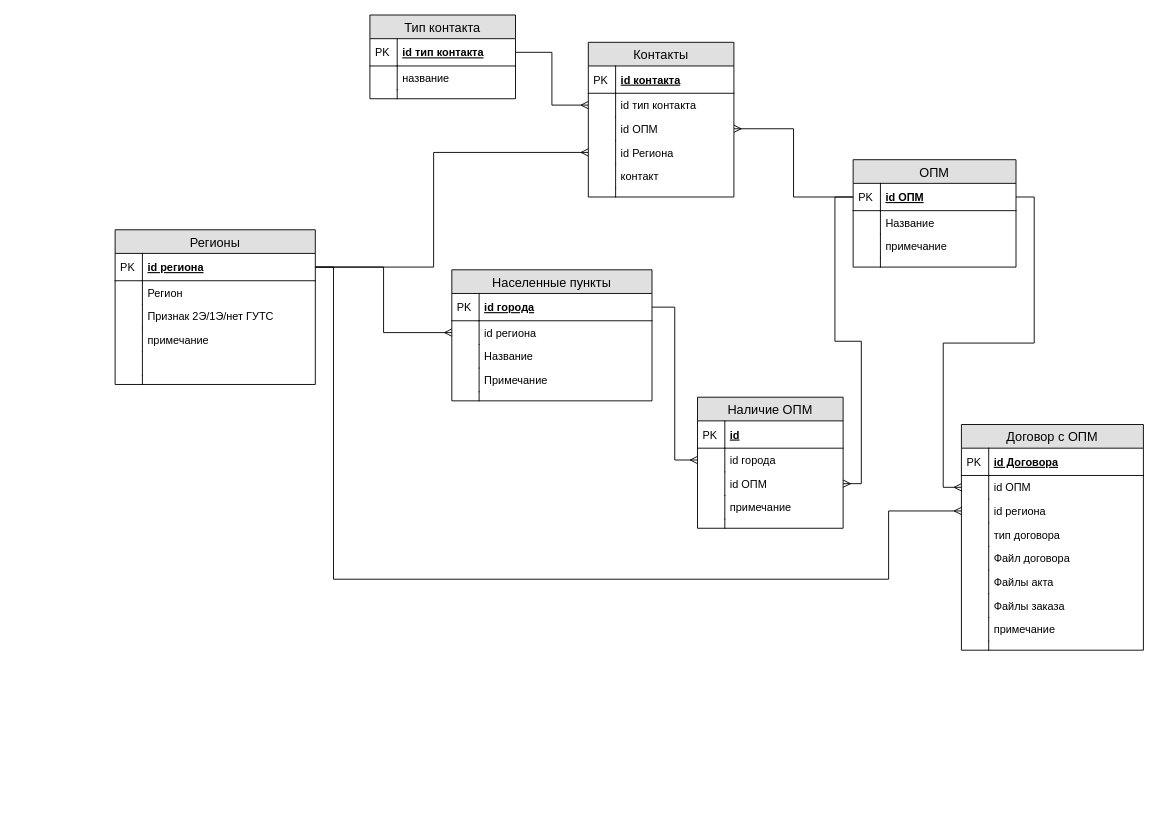
Above: operators.drawio in slavakourov/operators (draw.io), before the change. Source tidied: cells renumbered, new cells numbered last; positions are measured from the earlier drawing's top-left corner, leaving out a move shared by most shapes. Both pictures are drawn from the tidied source at 91%, with x=0, y=0 at pixel (115, 15).
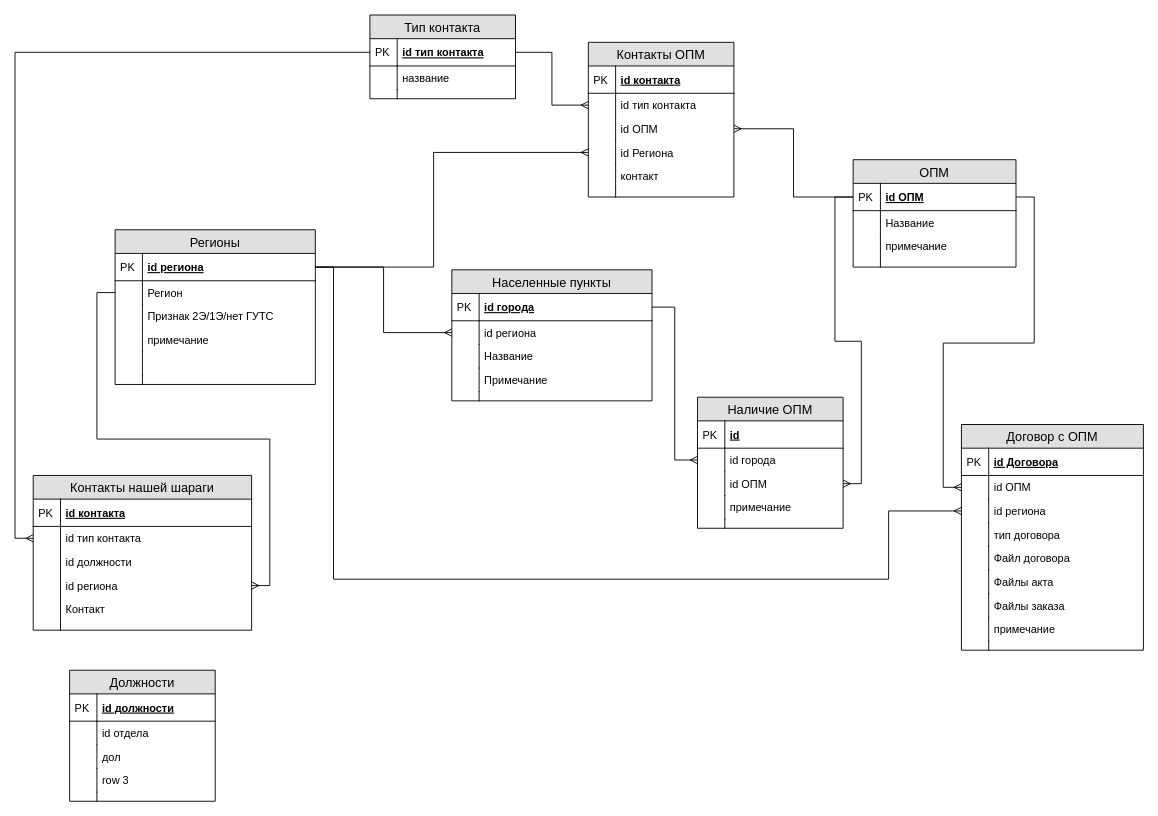
Above is the later version.

The change refers to these unchanged cells:
```xml
<mxCell id="44" value="Регион" style="shape=partialRectangle;top=0;left=0;right=0;bottom=0;align=left;verticalAlign=top;fillColor=none;spacingLeft=34;spacingRight=4;overflow=hidden;points=[[0,0.5],[1,0.5]];portConstraint=eastwest;fontSize=12;" parent="41" vertex="1">
  <mxGeometry y="56" width="220" height="26" as="geometry" />
</mxCell>
<mxCell id="85" value="id тип контакта" style="shape=partialRectangle;top=0;left=0;right=0;bottom=1;align=left;verticalAlign=middle;fillColor=none;spacingLeft=34;spacingRight=4;overflow=hidden;points=[[0,0.5],[1,0.5]];portConstraint=eastwest;fontStyle=5;fontSize=12;" parent="84" vertex="1">
  <mxGeometry y="26" width="160" height="30" as="geometry" />
</mxCell>
```

Change to the diagram source:
```diff
@@
-    <mxCell id="69" value="Контакты" style="swimlane;fontStyle=0;horizontal=1;startSize=26;fillColor=#e0e0e0;swimlaneFillColor=#ffffff;align=center;fontSize=14;" parent="1" vertex="1">
+    <mxCell id="69" value="Контакты ОПМ" style="swimlane;fontStyle=0;horizontal=1;startSize=26;fillColor=#e0e0e0;swimlaneFillColor=#ffffff;align=center;fontSize=14;" parent="1" vertex="1">
       <mxGeometry x="520" y="30" width="160" height="170" as="geometry" />
     </mxCell>
@@
+    <mxCell id="93" value="Контакты нашей шараги" style="swimlane;fontStyle=0;horizontal=1;startSize=26;fillColor=#e0e0e0;swimlaneFillColor=#ffffff;align=center;fontSize=14;" parent="1" vertex="1">
+      <mxGeometry x="-90" y="506" width="240" height="170" as="geometry" />
+    </mxCell>
+    <mxCell id="94" value="id контакта" style="shape=partialRectangle;top=0;left=0;right=0;bottom=1;align=left;verticalAlign=middle;fillColor=none;spacingLeft=34;spacingRight=4;overflow=hidden;fontStyle=5;fontSize=12;" parent="93" vertex="1">
+      <mxGeometry y="26" width="240" height="30" as="geometry" />
+    </mxCell>
+    <mxCell id="95" value="PK" style="shape=partialRectangle;top=0;left=0;bottom=0;fillColor=none;align=left;verticalAlign=middle;spacingLeft=4;spacingRight=4;overflow=hidden;fontSize=12;" parent="94" vertex="1">
+      <mxGeometry width="30" height="30" as="geometry" />
+    </mxCell>
+    <mxCell id="96" value="id тип контакта" style="shape=partialRectangle;top=0;left=0;right=0;bottom=0;align=left;verticalAlign=top;fillColor=none;spacingLeft=34;spacingRight=4;overflow=hidden;points=[[0,0.5],[1,0.5]];portConstraint=eastwest;fontSize=12;" parent="93" vertex="1">
+      <mxGeometry y="56" width="240" height="26" as="geometry" />
+    </mxCell>
+    <mxCell id="97" style="shape=partialRectangle;top=0;left=0;bottom=0;fillColor=none;align=left;verticalAlign=top;spacingLeft=4;spacingRight=4;overflow=hidden;fontSize=12;" parent="96" vertex="1">
+      <mxGeometry width="30" height="26" as="geometry" />
+    </mxCell>
+    <mxCell id="98" value="id должности" style="shape=partialRectangle;top=0;left=0;right=0;bottom=0;align=left;verticalAlign=top;fillColor=none;spacingLeft=34;spacingRight=4;overflow=hidden;fontSize=12;" parent="93" vertex="1">
+      <mxGeometry y="82" width="240" height="26" as="geometry" />
+    </mxCell>
+    <mxCell id="99" style="shape=partialRectangle;top=0;left=0;bottom=0;fillColor=none;align=left;verticalAlign=top;spacingLeft=4;spacingRight=4;overflow=hidden;fontSize=12;" parent="98" vertex="1">
+      <mxGeometry width="30" height="26" as="geometry" />
+    </mxCell>
+    <mxCell id="100" value="id региона" style="shape=partialRectangle;top=0;left=0;right=0;bottom=0;align=left;verticalAlign=top;fillColor=none;spacingLeft=34;spacingRight=4;overflow=hidden;points=[[0,0.5],[1,0.5]];portConstraint=eastwest;fontSize=12;" parent="93" vertex="1">
+      <mxGeometry y="108" width="240" height="26" as="geometry" />
+    </mxCell>
+    <mxCell id="101" style="shape=partialRectangle;top=0;left=0;bottom=0;fillColor=none;align=left;verticalAlign=top;spacingLeft=4;spacingRight=4;overflow=hidden;fontSize=12;" parent="100" vertex="1">
+      <mxGeometry width="30" height="26" as="geometry" />
+    </mxCell>
+    <mxCell id="102" value="Контакт" style="shape=partialRectangle;top=0;left=0;right=0;bottom=0;align=left;verticalAlign=top;fillColor=none;spacingLeft=34;spacingRight=4;overflow=hidden;fontSize=12;" parent="93" vertex="1">
+      <mxGeometry y="134" width="240" height="26" as="geometry" />
+    </mxCell>
+    <mxCell id="103" style="shape=partialRectangle;top=0;left=0;bottom=0;fillColor=none;align=left;verticalAlign=top;spacingLeft=4;spacingRight=4;overflow=hidden;fontSize=12;" parent="102" vertex="1">
+      <mxGeometry width="30" height="26" as="geometry" />
+    </mxCell>
+    <mxCell id="104" style="shape=partialRectangle;top=0;left=0;right=0;bottom=0;align=left;verticalAlign=top;fillColor=none;spacingLeft=34;spacingRight=4;overflow=hidden;fontSize=12;" parent="93" vertex="1">
+      <mxGeometry y="160" width="240" height="10" as="geometry" />
+    </mxCell>
+    <mxCell id="105" style="shape=partialRectangle;top=0;left=0;bottom=0;fillColor=none;align=left;verticalAlign=top;spacingLeft=4;spacingRight=4;overflow=hidden;fontSize=12;" parent="104" vertex="1">
+      <mxGeometry width="30" height="10" as="geometry" />
+    </mxCell>
+    <mxCell id="106" style="edgeStyle=orthogonalEdgeStyle;rounded=0;jettySize=auto;html=1;exitX=0;exitY=0.5;exitDx=0;exitDy=0;endArrow=ERmany;endFill=0;" parent="1" edge="1" source="44" target="100">
+      <mxGeometry relative="1" as="geometry" />
+    </mxCell>
+    <mxCell id="107" style="edgeStyle=orthogonalEdgeStyle;rounded=0;jettySize=auto;html=1;exitX=0;exitY=0.5;exitDx=0;exitDy=0;entryX=0;entryY=0.5;entryDx=0;entryDy=0;endArrow=ERmany;endFill=0;" parent="1" edge="1" source="85" target="96">
+      <mxGeometry relative="1" as="geometry" />
+    </mxCell>
+    <mxCell id="108" value="Должности" style="swimlane;fontStyle=0;horizontal=1;startSize=26;fillColor=#e0e0e0;swimlaneFillColor=#ffffff;align=center;fontSize=14;" parent="1" vertex="1">
+      <mxGeometry x="-50" y="720" width="160" height="144" as="geometry" />
+    </mxCell>
+    <mxCell id="109" value="id должности" style="shape=partialRectangle;top=0;left=0;right=0;bottom=1;align=left;verticalAlign=middle;fillColor=none;spacingLeft=34;spacingRight=4;overflow=hidden;fontStyle=5;fontSize=12;" parent="108" vertex="1">
+      <mxGeometry y="26" width="160" height="30" as="geometry" />
+    </mxCell>
+    <mxCell id="110" value="PK" style="shape=partialRectangle;top=0;left=0;bottom=0;fillColor=none;align=left;verticalAlign=middle;spacingLeft=4;spacingRight=4;overflow=hidden;fontSize=12;" parent="109" vertex="1">
+      <mxGeometry width="30" height="30" as="geometry" />
+    </mxCell>
+    <mxCell id="111" value="id отдела" style="shape=partialRectangle;top=0;left=0;right=0;bottom=0;align=left;verticalAlign=top;fillColor=none;spacingLeft=34;spacingRight=4;overflow=hidden;fontSize=12;" parent="108" vertex="1">
+      <mxGeometry y="56" width="160" height="26" as="geometry" />
+    </mxCell>
+    <mxCell id="112" style="shape=partialRectangle;top=0;left=0;bottom=0;fillColor=none;align=left;verticalAlign=top;spacingLeft=4;spacingRight=4;overflow=hidden;fontSize=12;" parent="111" vertex="1">
+      <mxGeometry width="30" height="26" as="geometry" />
+    </mxCell>
+    <mxCell id="113" value="дол" style="shape=partialRectangle;top=0;left=0;right=0;bottom=0;align=left;verticalAlign=top;fillColor=none;spacingLeft=34;spacingRight=4;overflow=hidden;fontSize=12;" parent="108" vertex="1">
+      <mxGeometry y="82" width="160" height="26" as="geometry" />
+    </mxCell>
+    <mxCell id="114" style="shape=partialRectangle;top=0;left=0;bottom=0;fillColor=none;align=left;verticalAlign=top;spacingLeft=4;spacingRight=4;overflow=hidden;fontSize=12;" parent="113" vertex="1">
+      <mxGeometry width="30" height="26" as="geometry" />
+    </mxCell>
+    <mxCell id="115" value="row 3" style="shape=partialRectangle;top=0;left=0;right=0;bottom=0;align=left;verticalAlign=top;fillColor=none;spacingLeft=34;spacingRight=4;overflow=hidden;fontSize=12;" parent="108" vertex="1">
+      <mxGeometry y="108" width="160" height="26" as="geometry" />
+    </mxCell>
+    <mxCell id="116" style="shape=partialRectangle;top=0;left=0;bottom=0;fillColor=none;align=left;verticalAlign=top;spacingLeft=4;spacingRight=4;overflow=hidden;fontSize=12;" parent="115" vertex="1">
+      <mxGeometry width="30" height="26" as="geometry" />
+    </mxCell>
+    <mxCell id="117" style="shape=partialRectangle;top=0;left=0;right=0;bottom=0;align=left;verticalAlign=top;fillColor=none;spacingLeft=34;spacingRight=4;overflow=hidden;fontSize=12;" parent="108" vertex="1">
+      <mxGeometry y="134" width="160" height="10" as="geometry" />
+    </mxCell>
+    <mxCell id="118" style="shape=partialRectangle;top=0;left=0;bottom=0;fillColor=none;align=left;verticalAlign=top;spacingLeft=4;spacingRight=4;overflow=hidden;fontSize=12;" parent="117" vertex="1">
+      <mxGeometry width="30" height="10" as="geometry" />
+    </mxCell>
```
